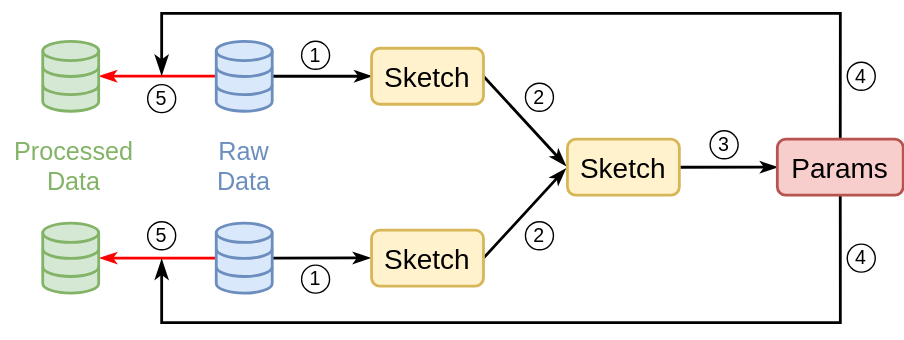
The draw.io diagram doc/overview.svg in primihub/fedps, before a commit. Source tidied: cells renumbered, new cells last; positions are measured from the earlier drawing's top-left corner, leaving out a move shared by most shapes.
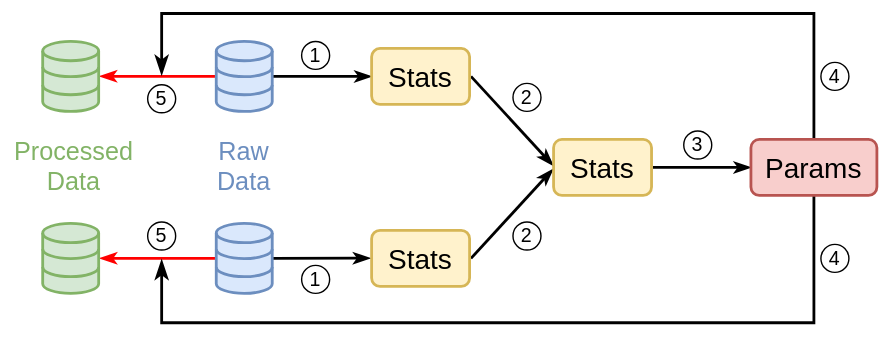
After the commit.

Change to the diagram source:
```diff
@@ -4,38 +4,38 @@
     <mxCell id="1" parent="0" />
     <mxCell id="2" style="endArrow=classicThin;html=1;rounded=0;endFill=1;strokeWidth=2;entryX=0;entryY=0.5;entryDx=0;entryDy=0;" parent="1" edge="1" target="18">
       <mxGeometry relative="1" as="geometry">
-        <mxPoint x="485" y="110" as="sourcePoint" />
+        <mxPoint x="466" y="110" as="sourcePoint" />
       </mxGeometry>
     </mxCell>
-    <mxCell id="3" style="endArrow=classicThin;html=1;rounded=0;endFill=1;entryX=-0.016;entryY=0.469;entryDx=0;entryDy=0;entryPerimeter=0;strokeWidth=2;exitX=1;exitY=0.5;exitDx=0;exitDy=0;" parent="1" edge="1" source="9" target="11">
-      <mxGeometry relative="1" as="geometry" />
+    <mxCell id="3" style="endArrow=classicThin;html=1;rounded=0;endFill=1;entryX=-0.016;entryY=0.469;entryDx=0;entryDy=0;entryPerimeter=0;strokeWidth=2;exitX=1;exitY=0.5;exitDx=0;exitDy=0;" parent="1" edge="1">
+      <mxGeometry relative="1" as="geometry">
+        <mxPoint x="336" y="45" as="sourcePoint" />
+        <mxPoint x="394.7" y="108.8" as="targetPoint" />
+      </mxGeometry>
     </mxCell>
-    <mxCell id="4" style="endArrow=classicThin;html=1;rounded=0;entryX=-0.017;entryY=0.53;entryDx=0;entryDy=0;endFill=1;entryPerimeter=0;strokeWidth=2;exitX=1;exitY=0.5;exitDx=0;exitDy=0;" parent="1" edge="1" source="10" target="11">
-      <mxGeometry relative="1" as="geometry" />
+    <mxCell id="4" style="endArrow=classicThin;html=1;rounded=0;entryX=-0.017;entryY=0.53;entryDx=0;entryDy=0;endFill=1;entryPerimeter=0;strokeWidth=2;exitX=1;exitY=0.5;exitDx=0;exitDy=0;" parent="1" edge="1">
+      <mxGeometry relative="1" as="geometry">
+        <mxPoint x="336" y="175" as="sourcePoint" />
+        <mxPoint x="394.6" y="111.2" as="targetPoint" />
+      </mxGeometry>
     </mxCell>
     <mxCell id="5" style="endArrow=classicThin;html=1;rounded=0;endFill=1;exitX=-0.006;exitY=0.499;exitDx=0;exitDy=0;exitPerimeter=0;strokeColor=#FF0000;strokeWidth=2;entryX=1.018;entryY=0.499;entryDx=0;entryDy=0;entryPerimeter=0;" parent="1" edge="1" source="8" target="16">
       <mxGeometry relative="1" as="geometry" />
     </mxCell>
-    <mxCell id="6" style="endArrow=classicThin;html=1;rounded=0;endFill=1;entryX=-0.012;entryY=0.496;entryDx=0;entryDy=0;entryPerimeter=0;strokeWidth=2;exitX=1.013;exitY=0.499;exitDx=0;exitDy=0;exitPerimeter=0;" parent="1" edge="1" source="15" target="10">
-      <mxGeometry relative="1" as="geometry" />
+    <mxCell id="6" style="endArrow=classicThin;html=1;rounded=0;endFill=1;entryX=-0.012;entryY=0.496;entryDx=0;entryDy=0;entryPerimeter=0;strokeWidth=2;exitX=1.013;exitY=0.499;exitDx=0;exitDy=0;exitPerimeter=0;" parent="1" edge="1" source="15">
+      <mxGeometry relative="1" as="geometry">
+        <mxPoint x="264" y="174.8" as="targetPoint" />
+      </mxGeometry>
     </mxCell>
-    <mxCell id="7" style="endArrow=classicThin;html=1;rounded=0;endFill=1;entryX=0;entryY=0.5;entryDx=0;entryDy=0;strokeWidth=2;" parent="1" edge="1" target="9">
+    <mxCell id="7" style="endArrow=classicThin;html=1;rounded=0;endFill=1;entryX=0;entryY=0.5;entryDx=0;entryDy=0;strokeWidth=2;" parent="1" edge="1">
       <mxGeometry relative="1" as="geometry">
         <mxPoint x="193" y="45" as="sourcePoint" />
+        <mxPoint x="265" y="45" as="targetPoint" />
       </mxGeometry>
     </mxCell>
     <mxCell id="8" style="html=1;verticalLabelPosition=bottom;align=center;labelBackgroundColor=#ffffff;verticalAlign=top;strokeWidth=2;strokeColor=#6c8ebf;shadow=0;dashed=0;shape=mxgraph.ios7.icons.data;fillColor=#dae8fc;" parent="1" vertex="1">
       <mxGeometry x="154" y="20" width="40" height="50" as="geometry" />
     </mxCell>
-    <mxCell id="9" value="&lt;font style=&quot;font-size: 20px;&quot;&gt;Sketch&lt;/font&gt;" style="rounded=1;whiteSpace=wrap;html=1;strokeWidth=2;fillColor=#fff2cc;strokeColor=#d6b656;" parent="1" vertex="1">
-      <mxGeometry x="265" y="25" width="80" height="40" as="geometry" />
-    </mxCell>
-    <mxCell id="10" value="&lt;font style=&quot;font-size: 20px;&quot;&gt;Sketch&lt;/font&gt;" style="rounded=1;whiteSpace=wrap;html=1;strokeWidth=2;fillColor=#fff2cc;strokeColor=#d6b656;" parent="1" vertex="1">
-      <mxGeometry x="265" y="155" width="80" height="40" as="geometry" />
-    </mxCell>
-    <mxCell id="11" value="&lt;font style=&quot;font-size: 20px;&quot;&gt;Sketch&lt;/font&gt;" style="rounded=1;whiteSpace=wrap;html=1;strokeWidth=2;fillColor=#fff2cc;strokeColor=#d6b656;" parent="1" vertex="1">
-      <mxGeometry x="405" y="90" width="80" height="40" as="geometry" />
-    </mxCell>
     <mxCell id="12" style="endArrow=classicThin;html=1;rounded=0;endFill=1;exitX=0.002;exitY=0.501;exitDx=0;exitDy=0;exitPerimeter=0;entryX=1.02;entryY=0.499;entryDx=0;entryDy=0;entryPerimeter=0;strokeColor=#FF0000;strokeWidth=2;" parent="1" edge="1" source="15" target="17">
       <mxGeometry relative="1" as="geometry" />
     </mxCell>
@@ -43,9 +43,8 @@
       <mxGeometry relative="1" as="geometry">
         <mxPoint x="115" y="44" as="targetPoint" />
         <Array as="points">
-          <mxPoint x="600" />
+          <mxPoint x="581" />
           <mxPoint x="115" />
-          <mxPoint x="115" y="44" />
         </Array>
       </mxGeometry>
     </mxCell>
@@ -53,9 +52,8 @@
       <mxGeometry relative="1" as="geometry">
         <mxPoint x="115" y="176" as="targetPoint" />
         <Array as="points">
-          <mxPoint x="600" y="221" />
+          <mxPoint x="581" y="221" />
           <mxPoint x="115" y="221" />
-          <mxPoint x="115" y="176" />
         </Array>
       </mxGeometry>
     </mxCell>
@@ -69,7 +67,7 @@
       <mxGeometry x="30" y="150" width="40" height="50" as="geometry" />
     </mxCell>
     <mxCell id="18" value="&lt;font style=&quot;font-size: 20px;&quot;&gt;Params&lt;br&gt;&lt;/font&gt;" style="rounded=1;whiteSpace=wrap;html=1;strokeWidth=2;fillColor=#f8cecc;strokeColor=#b85450;" parent="1" vertex="1">
-      <mxGeometry x="555" y="90" width="90" height="40" as="geometry" />
+      <mxGeometry x="536" y="90" width="90" height="40" as="geometry" />
     </mxCell>
     <mxCell id="19" value="1" style="ellipse;whiteSpace=wrap;html=1;fontSize=14;" parent="1" vertex="1">
       <mxGeometry x="215" y="20" width="20" height="20" as="geometry" />
@@ -78,19 +76,19 @@
       <mxGeometry x="215" y="180" width="20" height="20" as="geometry" />
     </mxCell>
     <mxCell id="21" value="2" style="ellipse;whiteSpace=wrap;html=1;fontSize=14;" parent="1" vertex="1">
-      <mxGeometry x="375" y="50" width="20" height="20" as="geometry" />
+      <mxGeometry x="366" y="50" width="20" height="20" as="geometry" />
     </mxCell>
     <mxCell id="22" value="2" style="ellipse;whiteSpace=wrap;html=1;fontSize=14;" parent="1" vertex="1">
-      <mxGeometry x="375" y="149" width="20" height="20" as="geometry" />
+      <mxGeometry x="366" y="149" width="20" height="20" as="geometry" />
     </mxCell>
     <mxCell id="23" value="3" style="ellipse;whiteSpace=wrap;html=1;fontSize=14;" parent="1" vertex="1">
-      <mxGeometry x="507" y="84" width="20" height="20" as="geometry" />
+      <mxGeometry x="488" y="84" width="20" height="20" as="geometry" />
     </mxCell>
     <mxCell id="24" value="4" style="ellipse;whiteSpace=wrap;html=1;fontSize=14;" parent="1" vertex="1">
-      <mxGeometry x="605" y="35" width="20" height="20" as="geometry" />
+      <mxGeometry x="586" y="35" width="20" height="20" as="geometry" />
     </mxCell>
     <mxCell id="25" value="4" style="ellipse;whiteSpace=wrap;html=1;fontSize=14;" parent="1" vertex="1">
-      <mxGeometry x="605" y="165" width="20" height="20" as="geometry" />
+      <mxGeometry x="586" y="165" width="20" height="20" as="geometry" />
     </mxCell>
     <mxCell id="26" value="&lt;font style=&quot;font-size: 14px;&quot;&gt;5&lt;/font&gt;" style="ellipse;whiteSpace=wrap;html=1;strokeColor=#000000;fontColor=#000000;fontSize=14;" parent="1" vertex="1">
       <mxGeometry x="105" y="51" width="20" height="20" as="geometry" />
@@ -104,5 +102,14 @@
     <mxCell id="29" value="Processed Data" style="text;html=1;align=center;verticalAlign=middle;whiteSpace=wrap;rounded=0;fontSize=18;fontColor=#82B366;" parent="1" vertex="1">
       <mxGeometry y="82.5" width="105" height="55" as="geometry" />
     </mxCell>
+    <mxCell id="30" value="&lt;font style=&quot;font-size: 20px;&quot;&gt;Stats&lt;/font&gt;" style="rounded=1;whiteSpace=wrap;html=1;strokeWidth=2;fillColor=#fff2cc;strokeColor=#d6b656;" parent="1" vertex="1">
+      <mxGeometry x="395" y="90" width="70" height="40" as="geometry" />
+    </mxCell>
+    <mxCell id="31" value="&lt;font style=&quot;font-size: 20px;&quot;&gt;Stats&lt;/font&gt;" style="rounded=1;whiteSpace=wrap;html=1;strokeWidth=2;fillColor=#fff2cc;strokeColor=#d6b656;" parent="1" vertex="1">
+      <mxGeometry x="265" y="155" width="70" height="40" as="geometry" />
+    </mxCell>
+    <mxCell id="32" value="&lt;font style=&quot;font-size: 20px;&quot;&gt;Stats&lt;/font&gt;" style="rounded=1;whiteSpace=wrap;html=1;strokeWidth=2;fillColor=#fff2cc;strokeColor=#d6b656;" parent="1" vertex="1">
+      <mxGeometry x="265" y="25" width="70" height="40" as="geometry" />
+    </mxCell>
   </root>
 </mxGraphModel>
```
